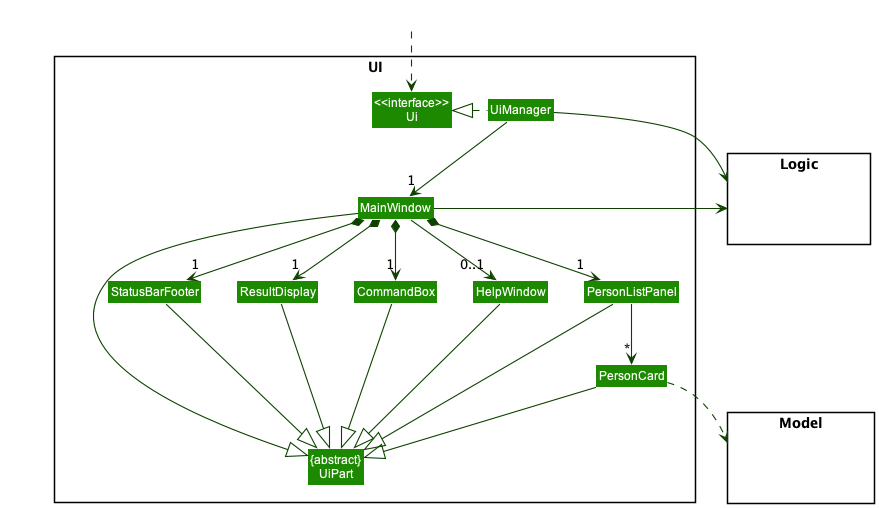
The PlantUML diagram docs/images/UiClassDiagram.png in nus-cs2103-AY2223S1/tp, before a commit.
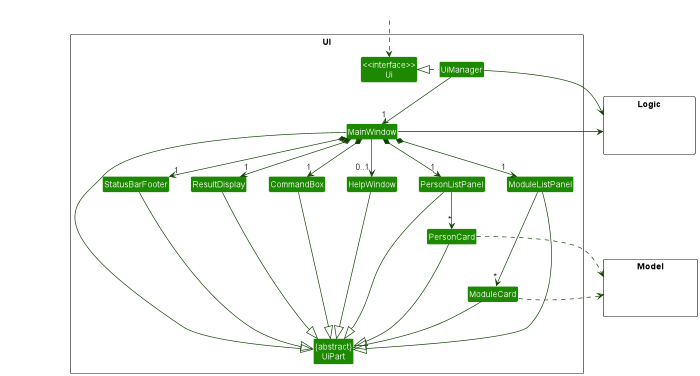
The same diagram one commit later.

Diff of the diagram source:
```diff
@@ -13,6 +13,8 @@
 Class ResultDisplay
 Class PersonListPanel
 Class PersonCard
+Class ModuleListPanel
+Class ModuleCard
 Class StatusBarFooter
 Class CommandBox
 }
@@ -33,10 +35,12 @@
 MainWindow *-down->  "1" CommandBox
 MainWindow *-down-> "1" ResultDisplay
 MainWindow *-down-> "1" PersonListPanel
+MainWindow *-down-> "1" ModuleListPanel
 MainWindow *-down-> "1" StatusBarFooter
 MainWindow --> "0..1" HelpWindow
 
 PersonListPanel -down-> "*" PersonCard
+ModuleListPanel -down--> "*" ModuleCard
 
 MainWindow -left-|> UiPart
 
@@ -44,14 +48,19 @@
 CommandBox --|> UiPart
 PersonListPanel --|> UiPart
 PersonCard --|> UiPart
+ModuleListPanel --|> UiPart
+ModuleCard --|> UiPart
 StatusBarFooter --|> UiPart
 HelpWindow --|> UiPart
 
 PersonCard ..> Model
+ModuleCard ..> Model
 UiManager -right-> Logic
 MainWindow -left-> Logic
 
+MainWindow -[hidden]left-> Model
 PersonListPanel -[hidden]left- HelpWindow
+ModuleListPanel -[hidden]left- PersonListPanel
 HelpWindow -[hidden]left- CommandBox
 CommandBox -[hidden]left- ResultDisplay
 ResultDisplay -[hidden]left- StatusBarFooter
```
